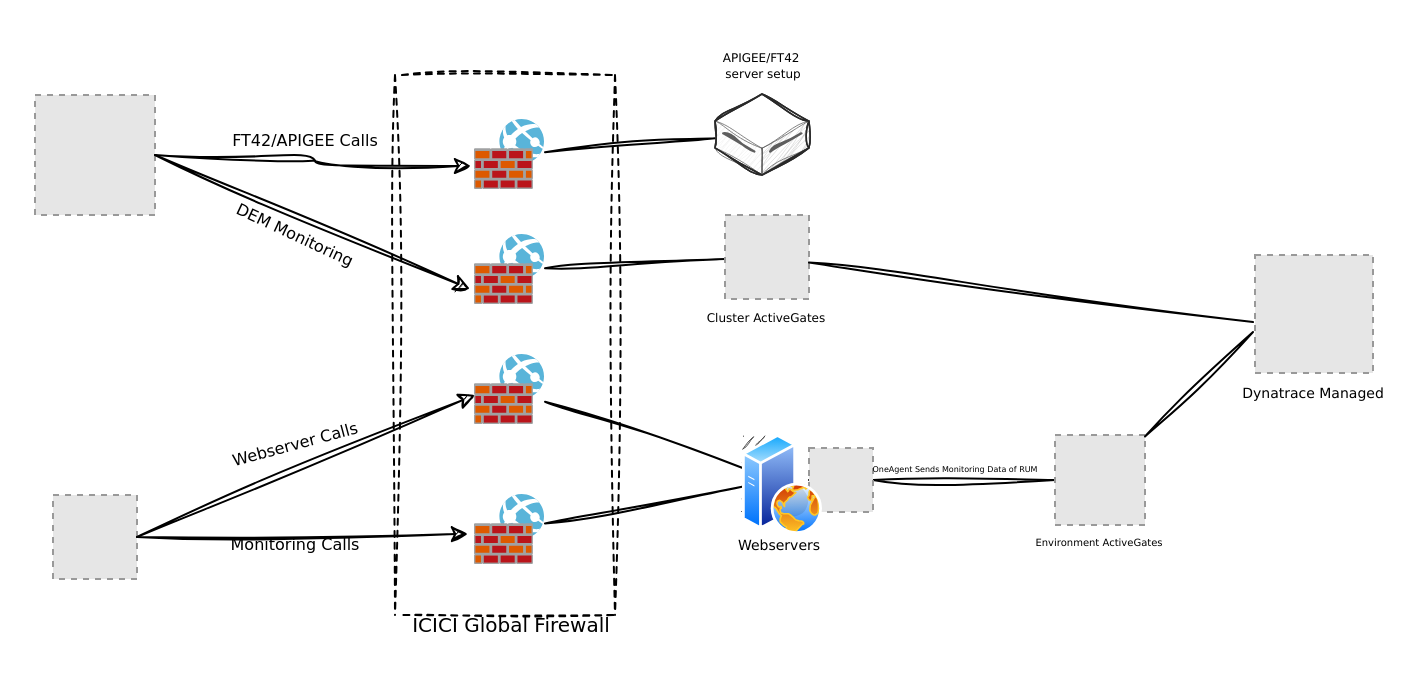
Before: page "Current Setup" (1 of 2) of draw.io/Dynatrace/ManagedRUM.drawio in theharithsa/theharithsa, a draw.io diagram. Source tidied: cells renumbered, new cells numbered last; positions are measured from the earlier drawing's top-left corner, leaving out a move shared by most shapes. Both pictures are drawn from the tidied source at 200%, with x=0, y=0 at pixel (34, 34). Pictures stored in the file or linked from it are replaced by grey dashed boxes.
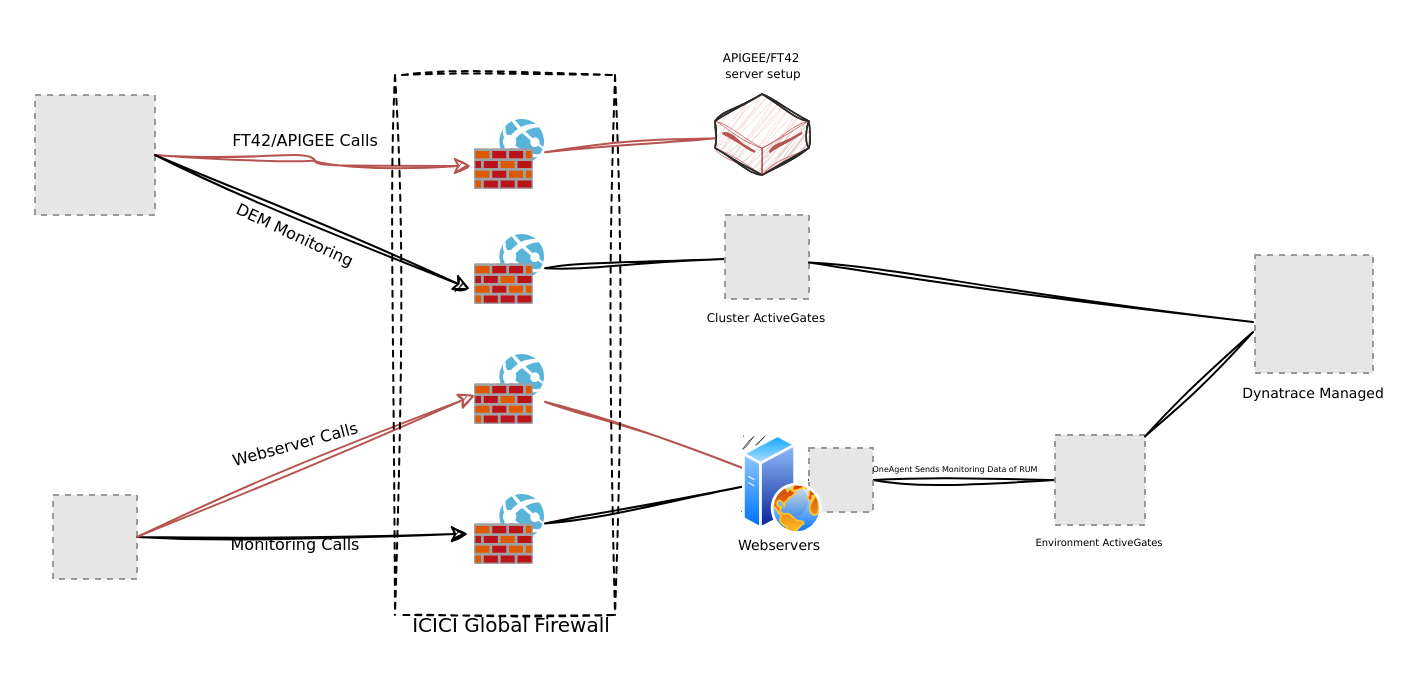
The same page after the edit.

Unchanged cells that the change refers to:
```xml
<mxCell id="2" style="fillColor=#E6E6E6;strokeColor=#999999;dashed=1;verticalLabelPosition=bottom;labelBackgroundColor=default;verticalAlign=top;fontFamily=Verdana;" parent="1" vertex="1">
  <mxGeometry y="30" width="60" height="60" as="geometry" />
</mxCell>
<mxCell id="3" style="fillColor=#E6E6E6;strokeColor=#999999;dashed=1;verticalLabelPosition=bottom;labelBackgroundColor=default;verticalAlign=top;fontFamily=Verdana;" parent="1" vertex="1">
  <mxGeometry x="9" y="230" width="42" height="42" as="geometry" />
</mxCell>
<mxCell id="4" style="image;sketch=1;html=1;points=[];align=center;fontSize=12;image=img/lib/mscae/Web_App_Firewall.svg;curveFitting=1;jiggle=2;fontFamily=Verdana;" parent="1" vertex="1">
  <mxGeometry x="220" y="42.5" width="35" height="35" as="geometry" />
</mxCell>
<mxCell id="8" style="image;sketch=1;html=1;points=[];align=center;fontSize=12;image=img/lib/mscae/Web_App_Firewall.svg;curveFitting=1;jiggle=2;fontFamily=Verdana;" parent="1" vertex="1">
  <mxGeometry x="220" y="160" width="35" height="35" as="geometry" />
</mxCell>
<mxCell id="30" value="Webservers" style="sketch=1;shadow=0;dashed=0;html=1;strokeColor=none;fillColor=#505050;labelPosition=center;verticalLabelPosition=bottom;verticalAlign=top;outlineConnect=0;align=center;shape=mxgraph.office.servers.web_server;fontSize=7;curveFitting=1;jiggle=2;fontFamily=Verdana;" parent="1" vertex="1">
  <mxGeometry x="353.5" y="200" width="36.5" height="45" as="geometry" />
</mxCell>
```

What changed in the source:
```diff
@@
-    <mxCell id="7" style="rounded=0;jettySize=auto;html=1;endArrow=none;endFill=0;sketch=1;curveFitting=1;jiggle=2;fontFamily=Verdana;" parent="1" edge="1" source="8" target="30">
+    <mxCell id="7" style="rounded=0;jettySize=auto;html=1;endArrow=none;endFill=0;sketch=1;curveFitting=1;jiggle=2;fontFamily=Verdana;fillColor=#f8cecc;strokeColor=#b85450;" parent="1" edge="1" source="8" target="30">
       <mxGeometry relative="1" as="geometry" />
     </mxCell>
@@
-    <mxCell id="10" style="rounded=0;jettySize=auto;html=1;entryX=-0.057;entryY=0.657;entryDx=0;entryDy=0;entryPerimeter=0;flowAnimation=0;sketch=1;curveFitting=1;jiggle=2;edgeStyle=orthogonalEdgeStyle;curved=1;fontFamily=Verdana;" parent="1" edge="1" source="2" target="4">
+    <mxCell id="10" style="rounded=0;jettySize=auto;html=1;entryX=-0.057;entryY=0.657;entryDx=0;entryDy=0;entryPerimeter=0;flowAnimation=0;sketch=1;curveFitting=1;jiggle=2;edgeStyle=orthogonalEdgeStyle;curved=1;fontFamily=Verdana;fillColor=#f8cecc;strokeColor=#b85450;" parent="1" edge="1" source="2" target="4">
       <mxGeometry relative="1" as="geometry" />
     </mxCell>
@@
-    <mxCell id="13" style="rounded=0;jettySize=auto;html=1;entryX=0;entryY=0.571;entryDx=0;entryDy=0;entryPerimeter=0;sketch=1;curveFitting=1;jiggle=2;exitX=1;exitY=0.5;exitDx=0;exitDy=0;fontFamily=Verdana;" parent="1" edge="1" source="3" target="8">
+    <mxCell id="13" style="rounded=0;jettySize=auto;html=1;entryX=0;entryY=0.571;entryDx=0;entryDy=0;entryPerimeter=0;sketch=1;curveFitting=1;jiggle=2;exitX=1;exitY=0.5;exitDx=0;exitDy=0;fontFamily=Verdana;fillColor=#f8cecc;strokeColor=#b85450;" parent="1" edge="1" source="3" target="8">
       <mxGeometry relative="1" as="geometry" />
     </mxCell>
@@
-    <mxCell id="23" style="rounded=0;jettySize=auto;html=1;endArrow=none;endFill=0;sketch=1;curveFitting=1;jiggle=2;fontFamily=Verdana;" parent="1" edge="1" source="24" target="4">
+    <mxCell id="23" style="rounded=0;jettySize=auto;html=1;endArrow=none;endFill=0;sketch=1;curveFitting=1;jiggle=2;fontFamily=Verdana;fillColor=#f8cecc;strokeColor=#b85450;" parent="1" edge="1" source="24" target="4">
       <mxGeometry relative="1" as="geometry" />
     </mxCell>
-    <mxCell id="24" style="verticalLabelPosition=bottom;html=1;verticalAlign=top;strokeWidth=1;align=center;outlineConnect=0;dashed=0;outlineConnect=0;shape=mxgraph.aws3d.dataServer;strokeColor=#5E5E5E;sketch=1;curveFitting=1;jiggle=2;fontFamily=Verdana;" parent="1" vertex="1">
+    <mxCell id="24" style="verticalLabelPosition=bottom;html=1;verticalAlign=top;strokeWidth=1;align=center;outlineConnect=0;dashed=0;outlineConnect=0;shape=mxgraph.aws3d.dataServer;strokeColor=#b85450;sketch=1;curveFitting=1;jiggle=2;fontFamily=Verdana;fillColor=#f8cecc;" parent="1" vertex="1">
       <mxGeometry x="340" y="29.5" width="47" height="40.5" as="geometry" />
     </mxCell>
```
